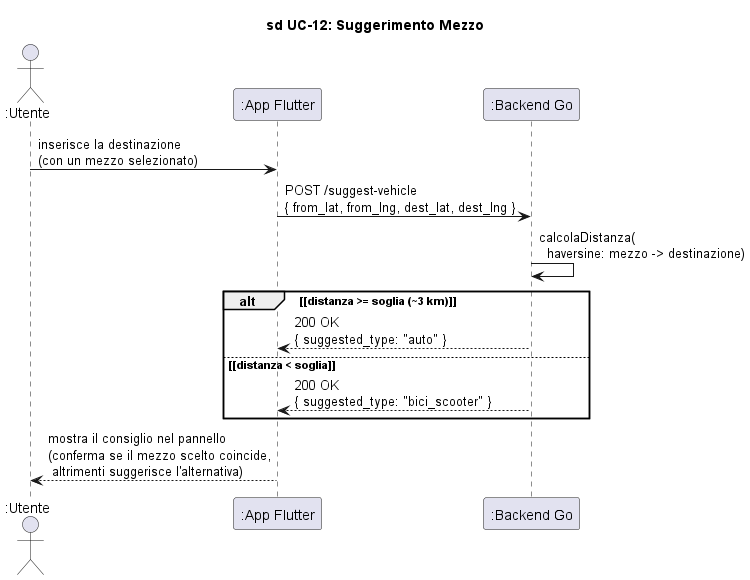
Before: docs/diagrams/png/Sprint 2/sd_UC12_SuggerimentoMezzo.png, a diagram exported from PlantUML (Lorisforse/Zipply).
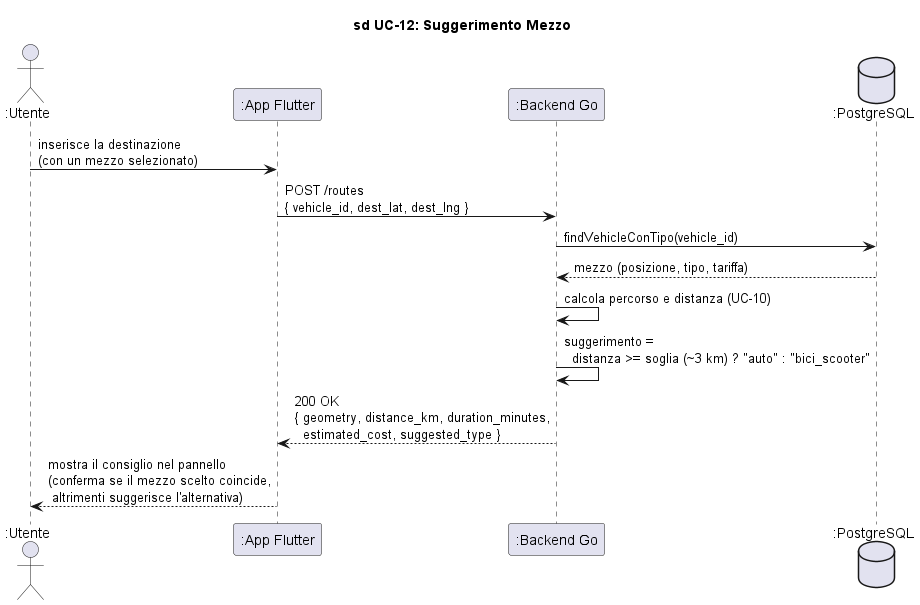
The same diagram one commit later.

Commit message:
Prova 2 consiglio mezzo

What changed in the source:
```diff
@@ -8,18 +8,20 @@
 actor ":Utente" as Utente
 participant ":App Flutter" as App
 participant ":Backend Go" as Backend
+database ":PostgreSQL" as DB
 
 Utente -> App : inserisce la destinazione\n(con un mezzo selezionato)
 
-App -> Backend : POST /suggest-vehicle\n{ from_lat, from_lng, dest_lat, dest_lng }
+App -> Backend : POST /routes\n{ vehicle_id, dest_lat, dest_lng }
 
-Backend -> Backend : calcolaDistanza(\n  haversine: mezzo -> destinazione)
+Backend -> DB : findVehicleConTipo(vehicle_id)
+DB --> Backend : mezzo (posizione, tipo, tariffa)
 
-alt ~[distanza >= soglia (~3 km)~]
-    Backend --> App : 200 OK\n{ suggested_type: "auto" }
-else ~[distanza < soglia~]
-    Backend --> App : 200 OK\n{ suggested_type: "bici_scooter" }
-end
+Backend -> Backend : calcola percorso e distanza (UC-10)
+
+Backend -> Backend : suggerimento =\n  distanza >= soglia (~3 km) ? "auto" : "bici_scooter"
+
+Backend --> App : 200 OK\n{ geometry, distance_km, duration_minutes,\n  estimated_cost, suggested_type }
 
 App --> Utente : mostra il consiglio nel pannello\n(conferma se il mezzo scelto coincide,\n altrimenti suggerisce l'alternativa)
 
```
